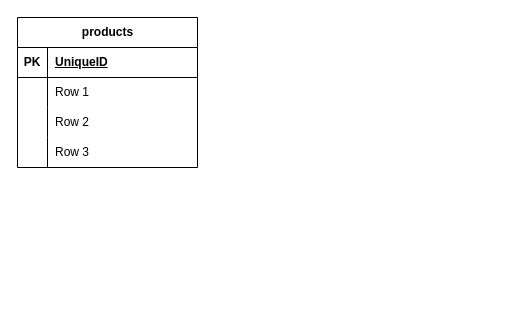
This is database/diagram.drawio from phuocbt9x/bop-shop, a draw.io file, before an edit. Source tidied: cells renumbered, new cells numbered last; positions are measured from the earlier drawing's top-left corner, leaving out a move shared by most shapes. Both pictures are drawn from the tidied source at 100%, with x=0, y=0 at pixel (17, 17).
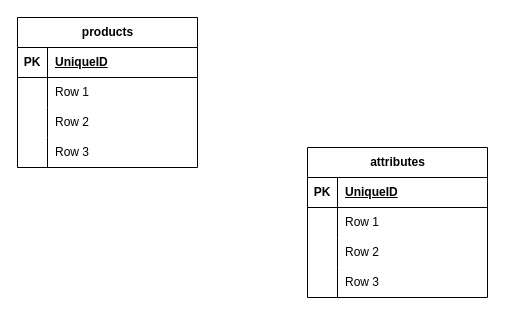
Above is the later version.

Commit message (it also covers changes not shown here):
Cập nhật diagram.drawio

The edit, as a diff of the source:
```diff
@@
+    <mxCell id="15" value="attributes" style="shape=table;startSize=30;childLayout=tableLayout;rowLines=0;fontStyle=1;align=center;html=1;" parent="1" vertex="1">
+      <mxGeometry x="290" y="130" width="180" height="150" as="geometry" />
+    </mxCell>
+    <mxCell id="16" style="shape=tableRow;horizontal=0;startSize=0;swimlaneHead=0;swimlaneBody=0;fillColor=none;top=0;left=0;right=0;bottom=1;" parent="15" vertex="1">
+      <mxGeometry y="30" width="180" height="30" as="geometry" />
+    </mxCell>
+    <mxCell id="17" value="PK" style="shape=partialRectangle;fillColor=none;top=0;left=0;bottom=0;right=0;fontStyle=1;overflow=hidden;whiteSpace=wrap;html=1;" parent="16" vertex="1">
+      <mxGeometry width="30" height="30" as="geometry" />
+    </mxCell>
+    <mxCell id="18" value="UniqueID" style="shape=partialRectangle;fillColor=none;top=0;left=0;bottom=0;right=0;align=left;spacingLeft=6;fontStyle=5;overflow=hidden;whiteSpace=wrap;html=1;" parent="16" vertex="1">
+      <mxGeometry x="30" width="150" height="30" as="geometry" />
+    </mxCell>
+    <mxCell id="19" style="shape=tableRow;horizontal=0;startSize=0;swimlaneHead=0;swimlaneBody=0;fillColor=none;top=0;left=0;right=0;bottom=0;" parent="15" vertex="1">
+      <mxGeometry y="60" width="180" height="30" as="geometry" />
+    </mxCell>
+    <mxCell id="20" style="shape=partialRectangle;fillColor=none;top=0;left=0;bottom=0;right=0;overflow=hidden;whiteSpace=wrap;html=1;" parent="19" vertex="1">
+      <mxGeometry width="30" height="30" as="geometry" />
+    </mxCell>
+    <mxCell id="21" value="Row 1" style="shape=partialRectangle;fillColor=none;top=0;left=0;bottom=0;right=0;align=left;spacingLeft=6;overflow=hidden;whiteSpace=wrap;html=1;" parent="19" vertex="1">
+      <mxGeometry x="30" width="150" height="30" as="geometry" />
+    </mxCell>
+    <mxCell id="22" style="shape=tableRow;horizontal=0;startSize=0;swimlaneHead=0;swimlaneBody=0;fillColor=none;top=0;left=0;right=0;bottom=0;" parent="15" vertex="1">
+      <mxGeometry y="90" width="180" height="30" as="geometry" />
+    </mxCell>
+    <mxCell id="23" style="shape=partialRectangle;fillColor=none;top=0;left=0;bottom=0;right=0;overflow=hidden;whiteSpace=wrap;html=1;" parent="22" vertex="1">
+      <mxGeometry width="30" height="30" as="geometry" />
+    </mxCell>
+    <mxCell id="24" value="Row 2" style="shape=partialRectangle;fillColor=none;top=0;left=0;bottom=0;right=0;align=left;spacingLeft=6;overflow=hidden;whiteSpace=wrap;html=1;" parent="22" vertex="1">
+      <mxGeometry x="30" width="150" height="30" as="geometry" />
+    </mxCell>
+    <mxCell id="25" style="shape=tableRow;horizontal=0;startSize=0;swimlaneHead=0;swimlaneBody=0;fillColor=none;top=0;left=0;right=0;bottom=0;" parent="15" vertex="1">
+      <mxGeometry y="120" width="180" height="30" as="geometry" />
+    </mxCell>
+    <mxCell id="26" style="shape=partialRectangle;fillColor=none;top=0;left=0;bottom=0;right=0;overflow=hidden;whiteSpace=wrap;html=1;" parent="25" vertex="1">
+      <mxGeometry width="30" height="30" as="geometry" />
+    </mxCell>
+    <mxCell id="27" value="Row 3" style="shape=partialRectangle;fillColor=none;top=0;left=0;bottom=0;right=0;align=left;spacingLeft=6;overflow=hidden;whiteSpace=wrap;html=1;" parent="25" vertex="1">
+      <mxGeometry x="30" width="150" height="30" as="geometry" />
+    </mxCell>
```
